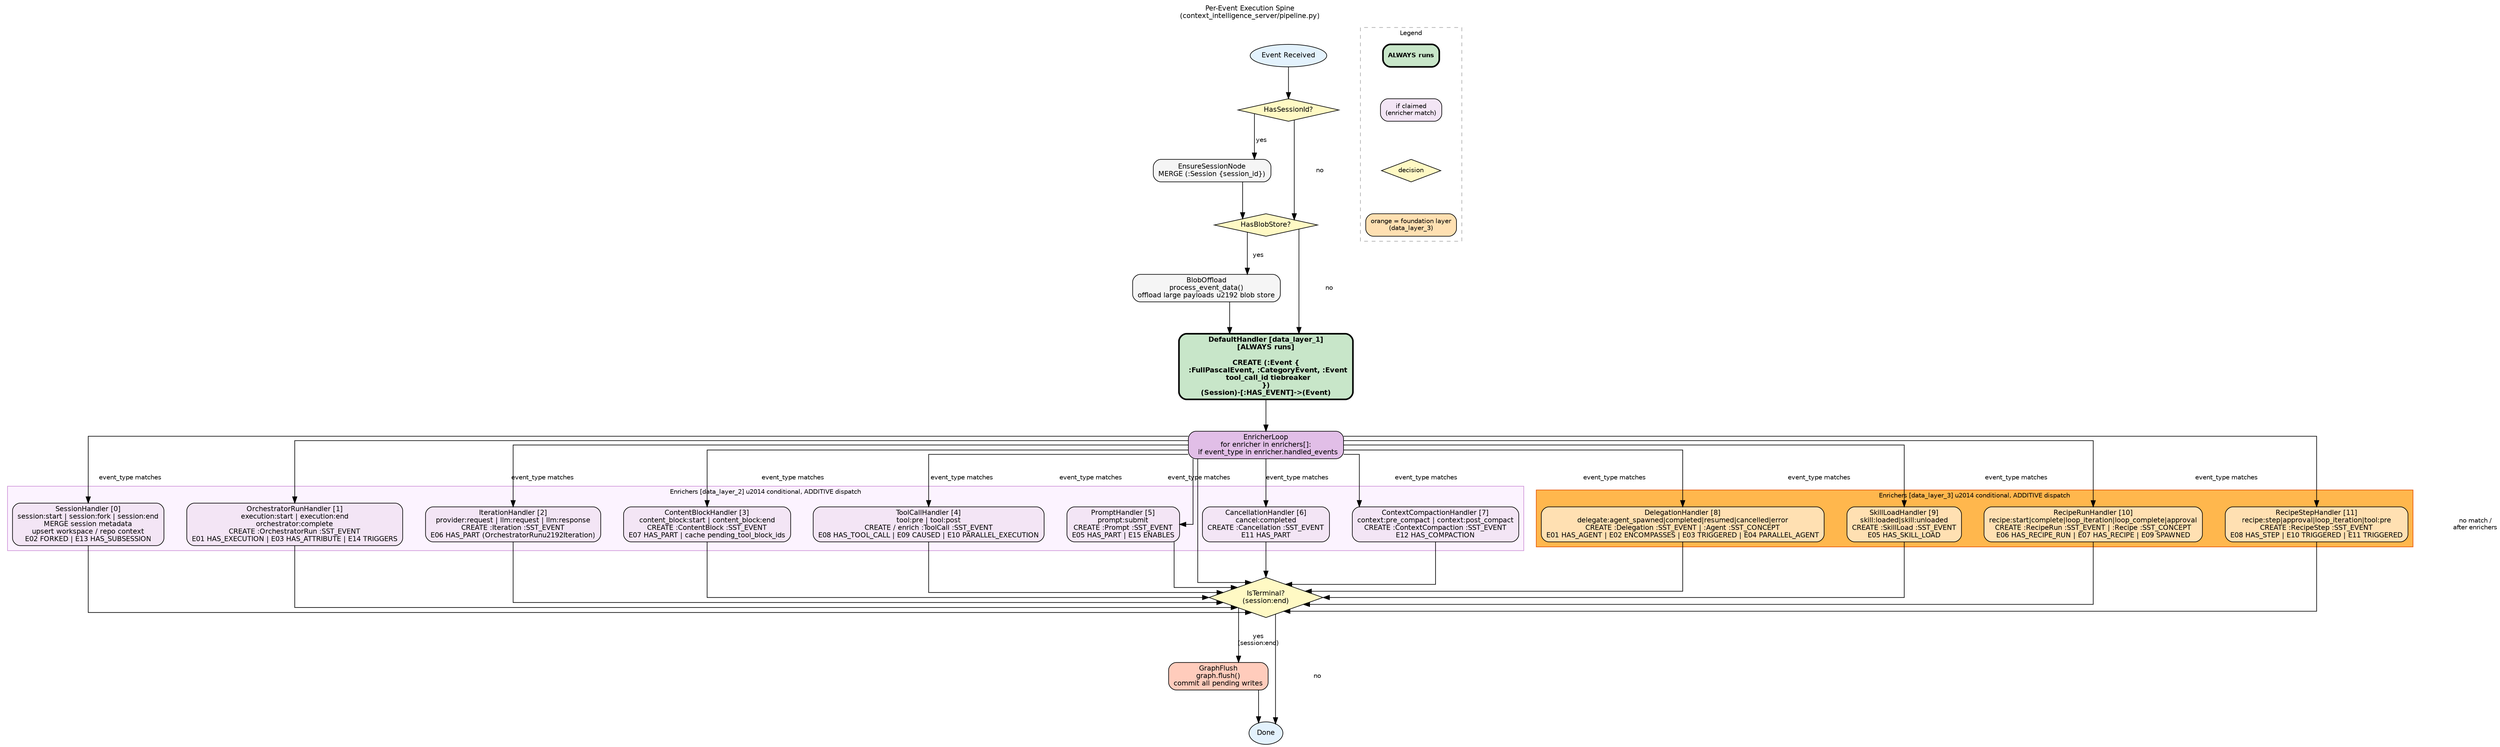
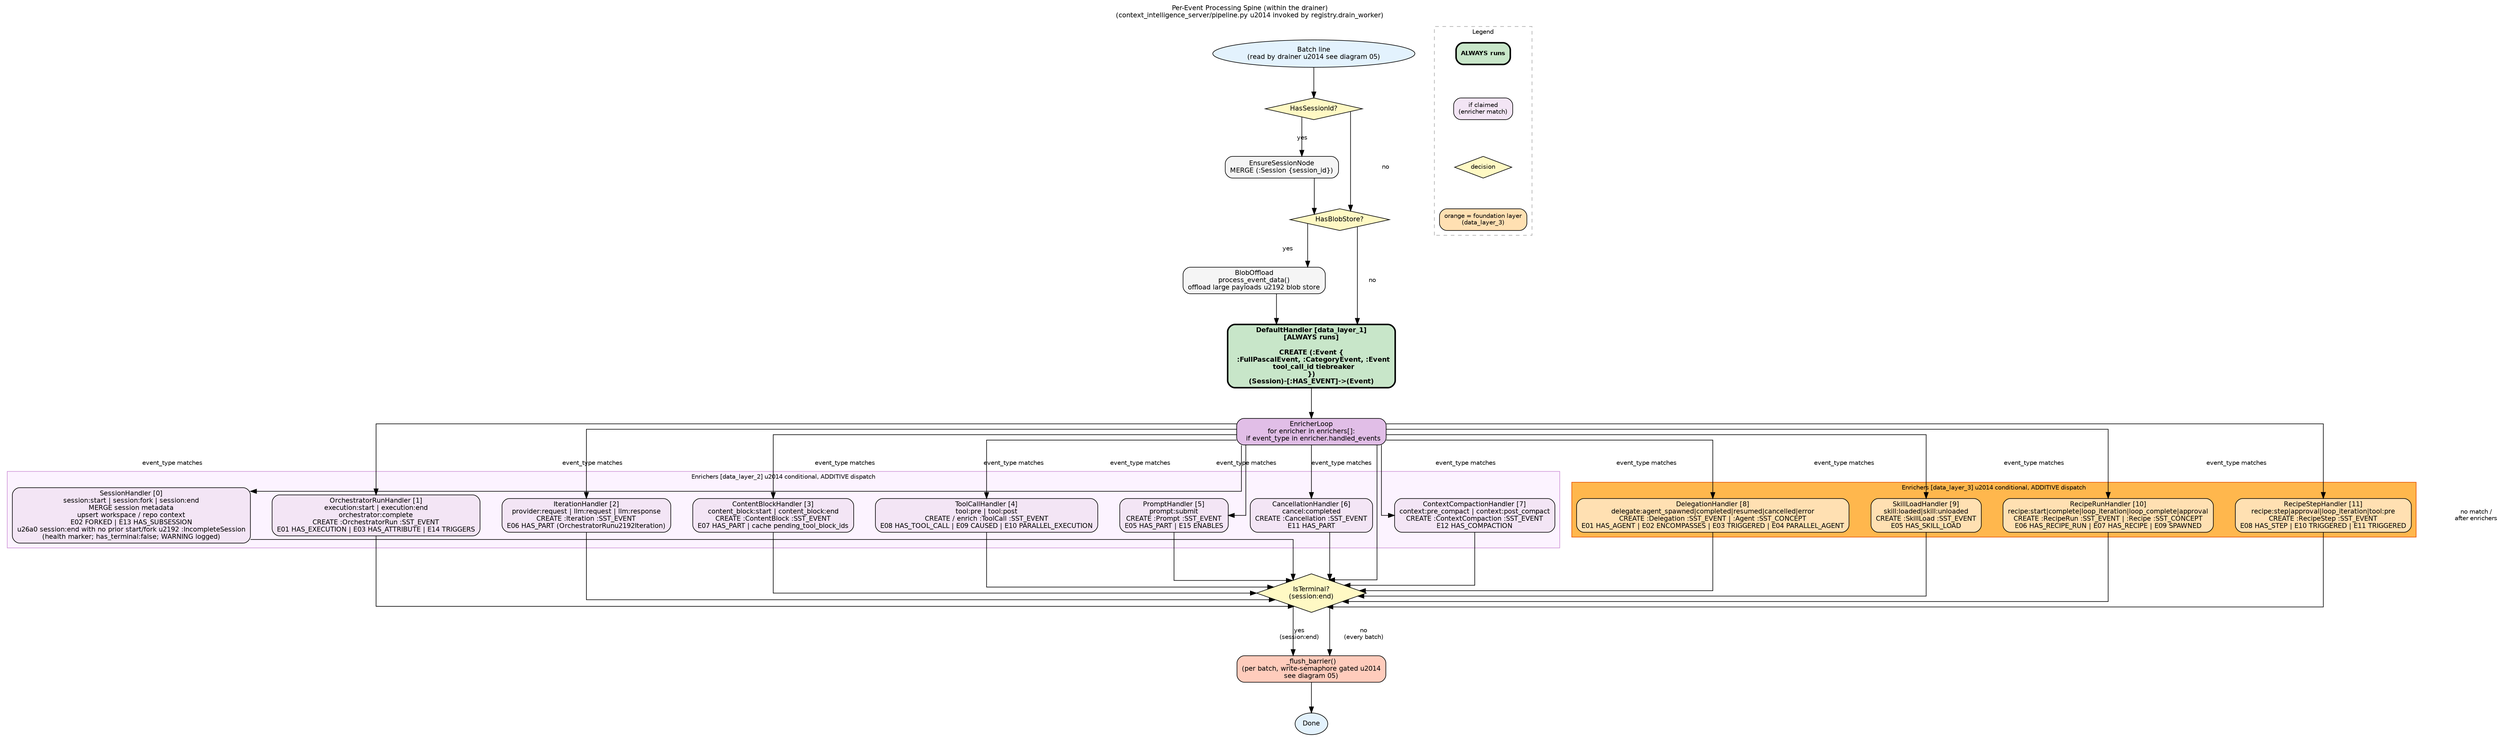
digraph pipeline_flow {
    // -- Global defaults ------------------------------------------------------
    graph [
        rankdir   = TB
        splines   = ortho
        compound  = true
        nodesep   = 0.5
        ranksep   = 0.7
        fontname  = "Helvetica"
        fontsize  = 11
-         label     = "Per-Event Execution Spine\n(context_intelligence_server/pipeline.py)"
+         label     = "Per-Event Processing Spine (within the drainer)\n(context_intelligence_server/pipeline.py \u2014 invoked by registry.drain_worker)"
        labelloc  = t
        labeljust = c
    ]
    node [
        fontname = "Helvetica"
        fontsize = 11
        style    = "filled,rounded"
        shape    = box
    ]
    edge [
        fontname = "Helvetica"
        fontsize = 10
    ]

    // -- Entry ----------------------------------------------------------------
    EventReceived [
-         label     = "Event Received"
+         label     = "Batch line\n(read by drainer \u2014 see diagram 05)"
        shape     = oval
        fillcolor = "#E3F2FD"
    ]

    // -- Session guarantee ----------------------------------------------------
    HasSessionId [
        label     = "HasSessionId?"
        shape     = diamond
        fillcolor = "#FFF9C4"
        style     = "filled"
    ]

    EnsureSessionNode [
        label     = "EnsureSessionNode\nMERGE (:Session {session_id})"
        fillcolor = "#F5F5F5"
    ]

    // -- Blob offload ---------------------------------------------------------
    HasBlobStore [
        label     = "HasBlobStore?"
        shape     = diamond
        fillcolor = "#FFF9C4"
        style     = "filled"
    ]

    BlobOffload [
        label     = "BlobOffload\nprocess_event_data()\noffload large payloads \u2192 blob store"
        fillcolor = "#F5F5F5"
    ]

    // -- DefaultHandler (ALWAYS) ----------------------------------------------
    DefaultHandler [
        label     = "DefaultHandler [data_layer_1]\n[ALWAYS runs]\n\nCREATE (:Event {\n  :FullPascalEvent, :CategoryEvent, :Event\n  tool_call_id tiebreaker\n})\n(Session)-[:HAS_EVENT]->(Event)"
        fillcolor = "#C8E6C9"
        fontname  = "Helvetica-Bold"
        penwidth  = 2.5
    ]

    // -- Enricher loop --------------------------------------------------------
    EnricherLoop [
        label     = "EnricherLoop\nfor enricher in enrichers[]:\n  if event_type in enricher.handled_events"
        fillcolor = "#E1BEE7"
    ]

    // -- Enrichers (data_layer_2) -- conditional dispatch ----------------------
    subgraph cluster_enrichers {
        graph [
            label     = "Enrichers [data_layer_2] \u2014 conditional, ADDITIVE dispatch"
            style     = "filled"
            color     = "#CE93D8"
            fillcolor = "#FCF3FF"
            fontname  = "Helvetica"
            fontsize  = 10
        ]

        SessionHandler [
-             label     = "SessionHandler [0]\nsession:start | session:fork | session:end\nMERGE session metadata\nupsert workspace / repo context\nE02 FORKED | E13 HAS_SUBSESSION"
+             label     = "SessionHandler [0]\nsession:start | session:fork | session:end\nMERGE session metadata\nupsert workspace / repo context\nE02 FORKED | E13 HAS_SUBSESSION\n\u26a0 session:end with no prior start/fork \u2192 :IncompleteSession\n(health marker; has_terminal:false; WARNING logged)"
            fillcolor = "#F3E5F5"
        ]

        OrchestratorRunHandler [
            label     = "OrchestratorRunHandler [1]\nexecution:start | execution:end\norchestrator:complete\nCREATE :OrchestratorRun :SST_EVENT\nE01 HAS_EXECUTION | E03 HAS_ATTRIBUTE | E14 TRIGGERS"
            fillcolor = "#F3E5F5"
        ]

        IterationHandler [
            label     = "IterationHandler [2]\nprovider:request | llm:request | llm:response\nCREATE :Iteration :SST_EVENT\nE06 HAS_PART (OrchestratorRun\u2192Iteration)"
            fillcolor = "#F3E5F5"
        ]

        ContentBlockHandler [
            label     = "ContentBlockHandler [3]\ncontent_block:start | content_block:end\nCREATE :ContentBlock :SST_EVENT\nE07 HAS_PART | cache pending_tool_block_ids"
            fillcolor = "#F3E5F5"
        ]

        ToolCallHandler [
            label     = "ToolCallHandler [4]\ntool:pre | tool:post\nCREATE / enrich :ToolCall :SST_EVENT\nE08 HAS_TOOL_CALL | E09 CAUSED | E10 PARALLEL_EXECUTION"
            fillcolor = "#F3E5F5"
        ]

        PromptHandler [
            label     = "PromptHandler [5]\nprompt:submit\nCREATE :Prompt :SST_EVENT\nE05 HAS_PART | E15 ENABLES"
            fillcolor = "#F3E5F5"
        ]

        CancellationHandler [
            label     = "CancellationHandler [6]\ncancel:completed\nCREATE :Cancellation :SST_EVENT\nE11 HAS_PART"
            fillcolor = "#F3E5F5"
        ]

        ContextCompactionHandler [
            label     = "ContextCompactionHandler [7]\ncontext:pre_compact | context:post_compact\nCREATE :ContextCompaction :SST_EVENT\nE12 HAS_COMPACTION"
            fillcolor = "#F3E5F5"
        ]
    }

    // -- Enrichers (data_layer_3) -- conditional dispatch ----------------------
    subgraph cluster_data_layer_3 {
        graph [
            label     = "Enrichers [data_layer_3] \u2014 conditional, ADDITIVE dispatch"
            style     = "filled"
            color     = "#E65100"
            fillcolor = "#FFB74D"
            fontname  = "Helvetica"
            fontsize  = 10
        ]

        DelegationHandler [
            label     = "DelegationHandler [8]\ndelegate:agent_spawned|completed|resumed|cancelled|error\nCREATE :Delegation :SST_EVENT | :Agent :SST_CONCEPT\nE01 HAS_AGENT | E02 ENCOMPASSES | E03 TRIGGERED | E04 PARALLEL_AGENT"
            fillcolor = "#FFE0B2"
        ]

        SkillLoadHandler [
            label     = "SkillLoadHandler [9]\nskill:loaded|skill:unloaded\nCREATE :SkillLoad :SST_EVENT\nE05 HAS_SKILL_LOAD"
            fillcolor = "#FFE0B2"
        ]

        RecipeRunHandler [
            label     = "RecipeRunHandler [10]\nrecipe:start|complete|loop_iteration|loop_complete|approval\nCREATE :RecipeRun :SST_EVENT | :Recipe :SST_CONCEPT\nE06 HAS_RECIPE_RUN | E07 HAS_RECIPE | E09 SPAWNED"
            fillcolor = "#FFE0B2"
        ]

        RecipeStepHandler [
            label     = "RecipeStepHandler [11]\nrecipe:step|approval|loop_iteration|tool:pre\nCREATE :RecipeStep :SST_EVENT\nE08 HAS_STEP | E10 TRIGGERED | E11 TRIGGERED"
            fillcolor = "#FFE0B2"
        ]
    }

    // -- Terminal check -------------------------------------------------------
    IsTerminal [
        label     = "IsTerminal?\n(session:end)"
        shape     = diamond
        fillcolor = "#FFF9C4"
        style     = "filled"
    ]

    // -- Flush ----------------------------------------------------------------
    GraphFlush [
-         label     = "GraphFlush\ngraph.flush()\ncommit all pending writes"
+         label     = "_flush_barrier()\n(per batch, write-semaphore gated \u2014\nsee diagram 05)"
        fillcolor = "#FFCCBC"
    ]

    // -- Done -----------------------------------------------------------------
    Done [
        label     = "Done"
        shape     = oval
        fillcolor = "#E3F2FD"
    ]

    // -- Edges ----------------------------------------------------------------
    EventReceived   -> HasSessionId

    HasSessionId    -> EnsureSessionNode [label = "yes"]
    HasSessionId    -> HasBlobStore      [label = "no"]
    EnsureSessionNode -> HasBlobStore

    HasBlobStore    -> BlobOffload       [label = "yes"]
    HasBlobStore    -> DefaultHandler    [label = "no"]
    BlobOffload     -> DefaultHandler

    DefaultHandler  -> EnricherLoop

    // Fan-out to enrichers (compound edge to cluster head)
    EnricherLoop    -> SessionHandler            [label = "event_type matches"]
    EnricherLoop    -> OrchestratorRunHandler    [label = "event_type matches"]
    EnricherLoop    -> IterationHandler          [label = "event_type matches"]
    EnricherLoop    -> ContentBlockHandler       [label = "event_type matches"]
    EnricherLoop    -> ToolCallHandler           [label = "event_type matches"]
    EnricherLoop    -> PromptHandler             [label = "event_type matches"]
    EnricherLoop    -> CancellationHandler       [label = "event_type matches"]
    EnricherLoop    -> ContextCompactionHandler  [label = "event_type matches"]
    EnricherLoop    -> DelegationHandler         [label = "event_type matches"]
    EnricherLoop    -> SkillLoadHandler          [label = "event_type matches"]
    EnricherLoop    -> RecipeRunHandler          [label = "event_type matches"]
    EnricherLoop    -> RecipeStepHandler         [label = "event_type matches"]
    EnricherLoop    -> IsTerminal                [label = "no match /\nafter enrichers"]

    // Fan-in from enrichers
    SessionHandler           -> IsTerminal
    OrchestratorRunHandler   -> IsTerminal
    IterationHandler         -> IsTerminal
    ContentBlockHandler      -> IsTerminal
    ToolCallHandler          -> IsTerminal
    PromptHandler            -> IsTerminal
    CancellationHandler      -> IsTerminal
    ContextCompactionHandler -> IsTerminal
    DelegationHandler        -> IsTerminal
    SkillLoadHandler         -> IsTerminal
    RecipeRunHandler         -> IsTerminal
    RecipeStepHandler        -> IsTerminal

    IsTerminal -> GraphFlush [label = "yes\n(session:end)"]
-     IsTerminal -> Done       [label = "no"]
+     IsTerminal -> GraphFlush [label = "no\n(every batch)"]

    GraphFlush -> Done

    // -- Legend ---------------------------------------------------------------
    subgraph cluster_legend {
        graph [
            label     = "Legend"
            fontsize  = 10
            fontname  = "Helvetica"
            style     = "dashed"
            color     = "#AAAAAA"
        ]
        node [fontsize = 10]

        LegendAlways [
            label     = "ALWAYS runs"
            fillcolor = "#C8E6C9"
            fontname  = "Helvetica-Bold"
            penwidth  = 2.5
        ]
        LegendClaimed [
            label     = "if claimed\n(enricher match)"
            fillcolor = "#F3E5F5"
        ]
        LegendDecision [
            label     = "decision"
            shape     = diamond
            fillcolor = "#FFF9C4"
            style     = "filled"
        ]

        LegendLayer3 [
            label     = "orange = foundation layer\n(data_layer_3)"
            fillcolor = "#FFE0B2"
        ]

        LegendAlways -> LegendClaimed -> LegendDecision -> LegendLayer3 [style = invis]
    }
}
